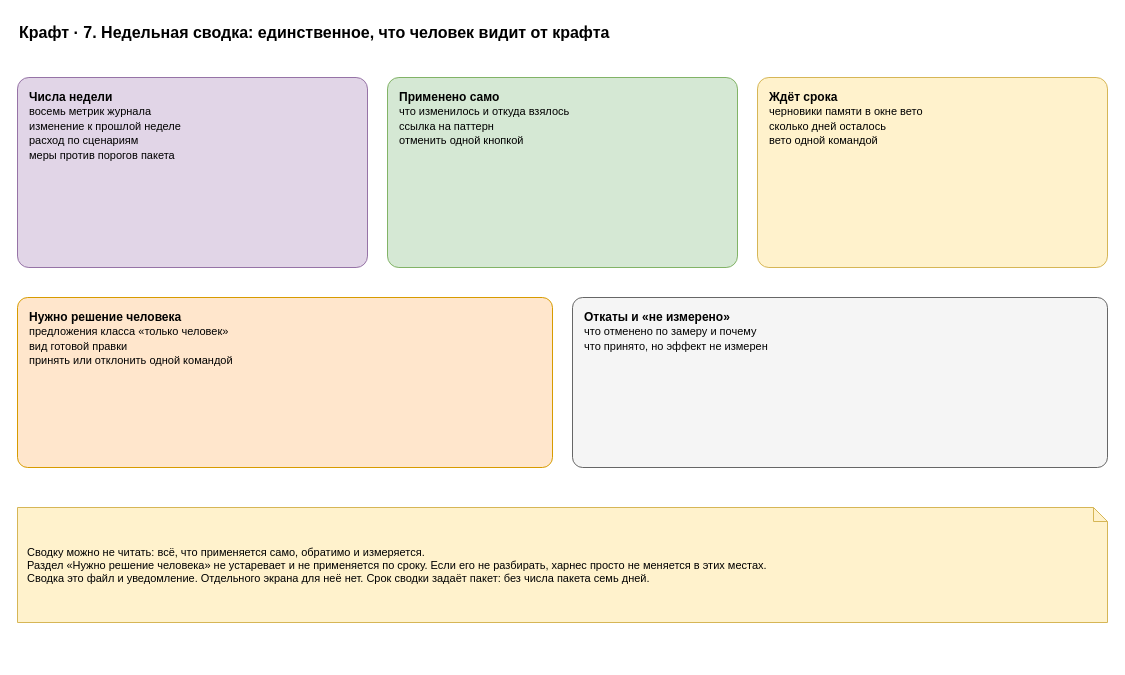
Earlier version of the draw.io diagram page "7. Недельная сводка" (7 of 7) of docs/spec/harness-craft.drawio (roygkov/reins). Source tidied: cells renumbered, new cells numbered last; positions are measured from the earlier drawing's top-left corner, leaving out a move shared by most shapes. Both pictures are drawn from the tidied source at 100%, with x=0, y=0 at pixel (17, 17).
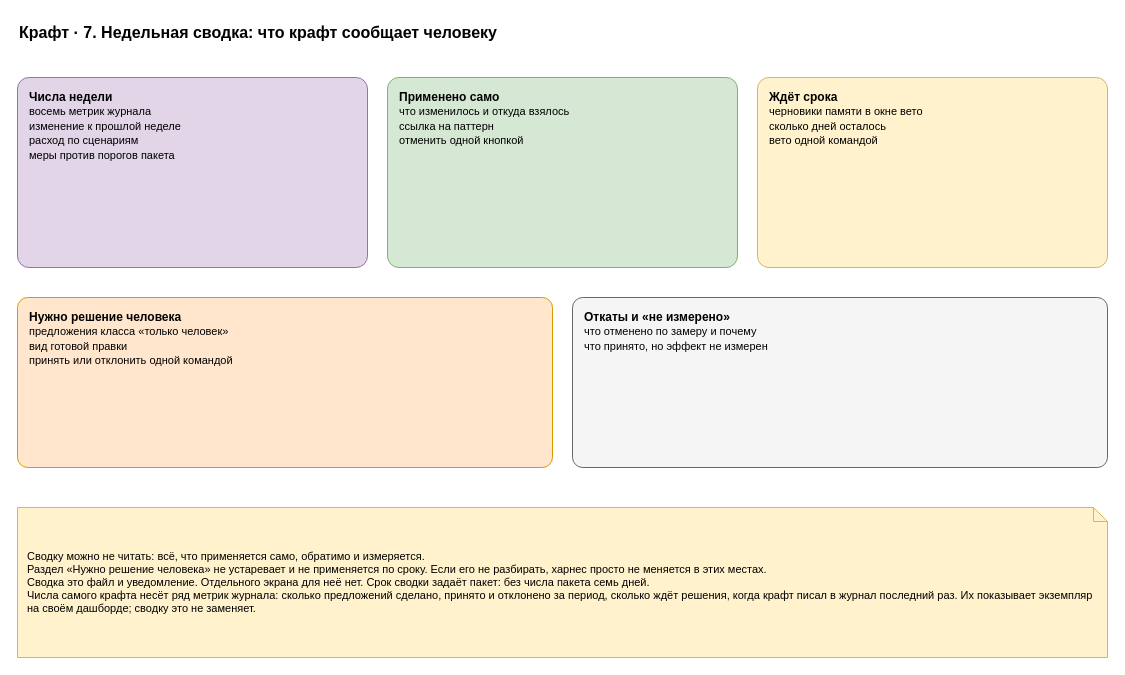
The same page after the edit.

Change to the diagram source:
```diff
@@
 <mxGraphModel>
   <root>
     <mxCell id="0" />
     <mxCell id="1" parent="0" />
-    <mxCell id="2" value="Крафт · 7. Недельная сводка: единственное, что человек видит от крафта" style="text;html=1;align=left;verticalAlign=middle;whiteSpace=wrap;fontSize=16;strokeColor=none;fillColor=none;fontStyle=1;" parent="1" vertex="1">
+    <mxCell id="2" value="Крафт · 7. Недельная сводка: что крафт сообщает человеку" style="text;html=1;align=left;verticalAlign=middle;whiteSpace=wrap;fontSize=16;strokeColor=none;fillColor=none;fontStyle=1;" parent="1" vertex="1">
       <mxGeometry width="900" height="30" as="geometry" />
     </mxCell>
     <mxCell id="3" value="&lt;b&gt;Числа недели&lt;/b&gt;&lt;br&gt;&lt;font style=&quot;font-size:11px&quot;&gt;восемь метрик журнала&lt;br&gt;изменение к прошлой неделе&lt;br&gt;расход по сценариям&lt;br&gt;меры против порогов пакета&lt;/font&gt;" style="rounded=1;whiteSpace=wrap;html=1;fillColor=#e1d5e7;strokeColor=#9673a6;arcSize=6;align=left;verticalAlign=top;spacingLeft=10;spacingTop=6;spacingRight=6;" parent="1" vertex="1">
       <mxGeometry y="60" width="350" height="190" as="geometry" />
     </mxCell>
     <mxCell id="4" value="&lt;b&gt;Применено само&lt;/b&gt;&lt;br&gt;&lt;font style=&quot;font-size:11px&quot;&gt;что изменилось и откуда взялось&lt;br&gt;ссылка на паттерн&lt;br&gt;отменить одной кнопкой&lt;/font&gt;" style="rounded=1;whiteSpace=wrap;html=1;fillColor=#d5e8d4;strokeColor=#82b366;arcSize=6;align=left;verticalAlign=top;spacingLeft=10;spacingTop=6;spacingRight=6;" parent="1" vertex="1">
       <mxGeometry x="370" y="60" width="350" height="190" as="geometry" />
     </mxCell>
     <mxCell id="5" value="&lt;b&gt;Ждёт срока&lt;/b&gt;&lt;br&gt;&lt;font style=&quot;font-size:11px&quot;&gt;черновики памяти в окне вето&lt;br&gt;сколько дней осталось&lt;br&gt;вето одной командой&lt;/font&gt;" style="rounded=1;whiteSpace=wrap;html=1;fillColor=#fff2cc;strokeColor=#d6b656;arcSize=6;align=left;verticalAlign=top;spacingLeft=10;spacingTop=6;spacingRight=6;" parent="1" vertex="1">
       <mxGeometry x="740" y="60" width="350" height="190" as="geometry" />
     </mxCell>
     <mxCell id="6" value="&lt;b&gt;Нужно решение человека&lt;/b&gt;&lt;br&gt;&lt;font style=&quot;font-size:11px&quot;&gt;предложения класса «только человек»&lt;br&gt;вид готовой правки&lt;br&gt;принять или отклонить одной командой&lt;/font&gt;" style="rounded=1;whiteSpace=wrap;html=1;fillColor=#ffe6cc;strokeColor=#d79b00;arcSize=6;align=left;verticalAlign=top;spacingLeft=10;spacingTop=6;spacingRight=6;" parent="1" vertex="1">
       <mxGeometry y="280" width="535" height="170" as="geometry" />
     </mxCell>
     <mxCell id="7" value="&lt;b&gt;Откаты и «не измерено»&lt;/b&gt;&lt;br&gt;&lt;font style=&quot;font-size:11px&quot;&gt;что отменено по замеру и почему&lt;br&gt;что принято, но эффект не измерен&lt;/font&gt;" style="rounded=1;whiteSpace=wrap;html=1;fillColor=#f5f5f5;strokeColor=#666666;arcSize=6;align=left;verticalAlign=top;spacingLeft=10;spacingTop=6;spacingRight=6;" parent="1" vertex="1">
       <mxGeometry x="555" y="280" width="535" height="170" as="geometry" />
     </mxCell>
-    <mxCell id="8" value="Сводку можно не читать: всё, что применяется само, обратимо и измеряется.&lt;br&gt;Раздел «Нужно решение человека» не устаревает и не применяется по сроку. Если его не разбирать, харнес просто не меняется в этих местах.&lt;br&gt;Сводка это файл и уведомление. Отдельного экрана для неё нет. Срок сводки задаёт пакет: без числа пакета семь дней." style="shape=note;whiteSpace=wrap;html=1;backgroundOutline=1;size=14;fillColor=#fff2cc;strokeColor=#d6b656;align=left;spacingLeft=8;spacingRight=8;fontSize=11;" parent="1" vertex="1">
-      <mxGeometry y="490" width="1090" height="115" as="geometry" />
+    <mxCell id="8" value="Сводку можно не читать: всё, что применяется само, обратимо и измеряется.&lt;br&gt;Раздел «Нужно решение человека» не устаревает и не применяется по сроку. Если его не разбирать, харнес просто не меняется в этих местах.&lt;br&gt;Сводка это файл и уведомление. Отдельного экрана для неё нет. Срок сводки задаёт пакет: без числа пакета семь дней.&lt;br&gt;Числа самого крафта несёт ряд метрик журнала: сколько предложений сделано, принято и отклонено за период, сколько ждёт решения, когда крафт писал в журнал последний раз. Их показывает экземпляр на своём дашборде; сводку это не заменяет." style="shape=note;whiteSpace=wrap;html=1;backgroundOutline=1;size=14;fillColor=#fff2cc;strokeColor=#d6b656;align=left;spacingLeft=8;spacingRight=8;fontSize=11;" parent="1" vertex="1">
+      <mxGeometry y="490" width="1090" height="150" as="geometry" />
     </mxCell>
   </root>
 </mxGraphModel>
```
